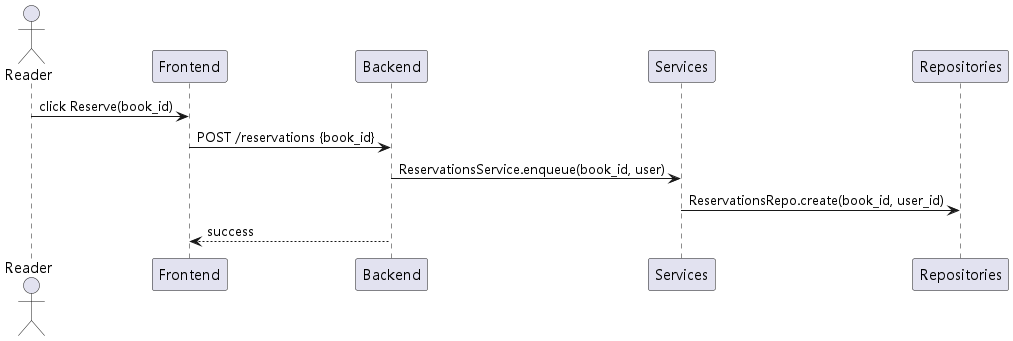
The PlantUML diagram docs/uml/exports/sequence_reservation.png in Cznorth/library-borrowing-system-fastapi-vue3, before a commit.
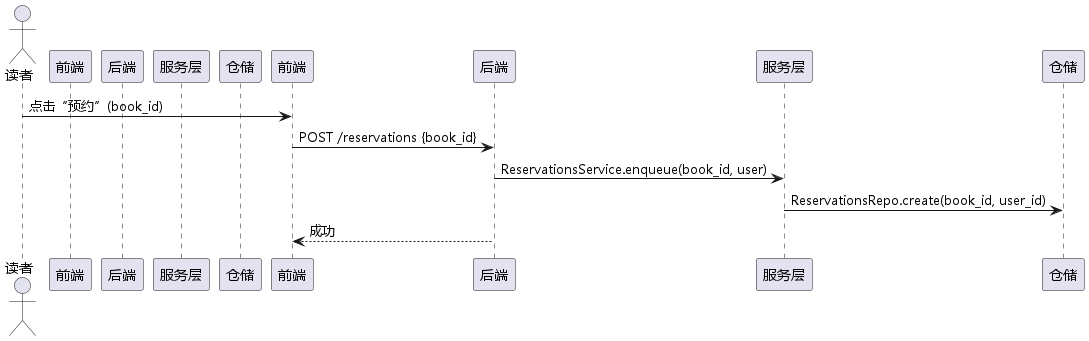
Later version of the same file.

Change to the diagram source:
```diff
@@ -1,9 +1,13 @@
 @startuml
 !include _skin.iuml
-actor Reader
-Reader -> Frontend: click Reserve(book_id)
-Frontend -> Backend: POST /reservations {book_id}
-Backend -> Services: ReservationsService.enqueue(book_id, user)
-Services -> Repositories: ReservationsRepo.create(book_id, user_id)
-Backend --> Frontend: success
+actor 读者
+participant 前端 as Frontend
+participant 后端 as Backend
+participant 服务层 as Services
+participant 仓储 as Repositories
+读者 -> 前端: 点击“预约”(book_id)
+前端 -> 后端: POST /reservations {book_id}
+后端 -> 服务层: ReservationsService.enqueue(book_id, user)
+服务层 -> 仓储: ReservationsRepo.create(book_id, user_id)
+后端 --> 前端: 成功
 @enduml
```
